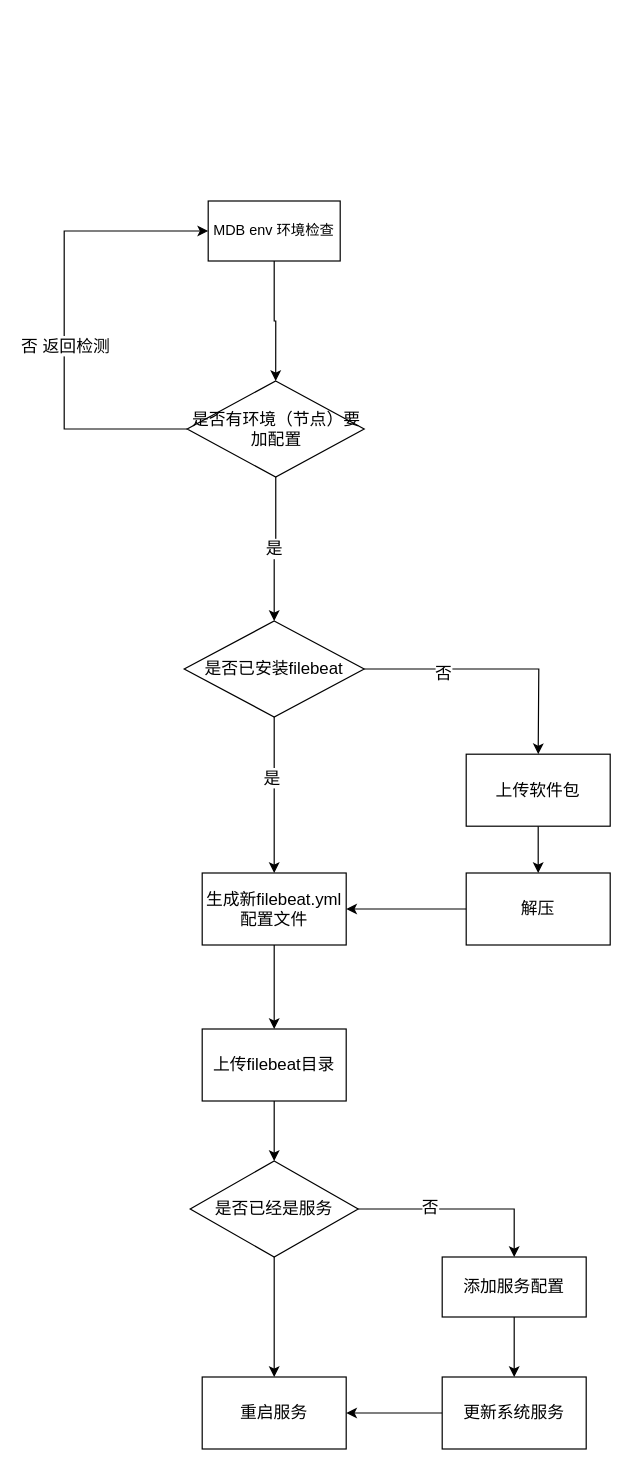
Before: Untitled Diagram.drawio in Amor7527/hello-algorithm, a draw.io diagram. Source tidied: cells renumbered, new cells numbered last; positions are measured from the earlier drawing's top-left corner, leaving out a move shared by most shapes. Both pictures are drawn from the tidied source at 120%, with x=0, y=0 at pixel (64, 200).
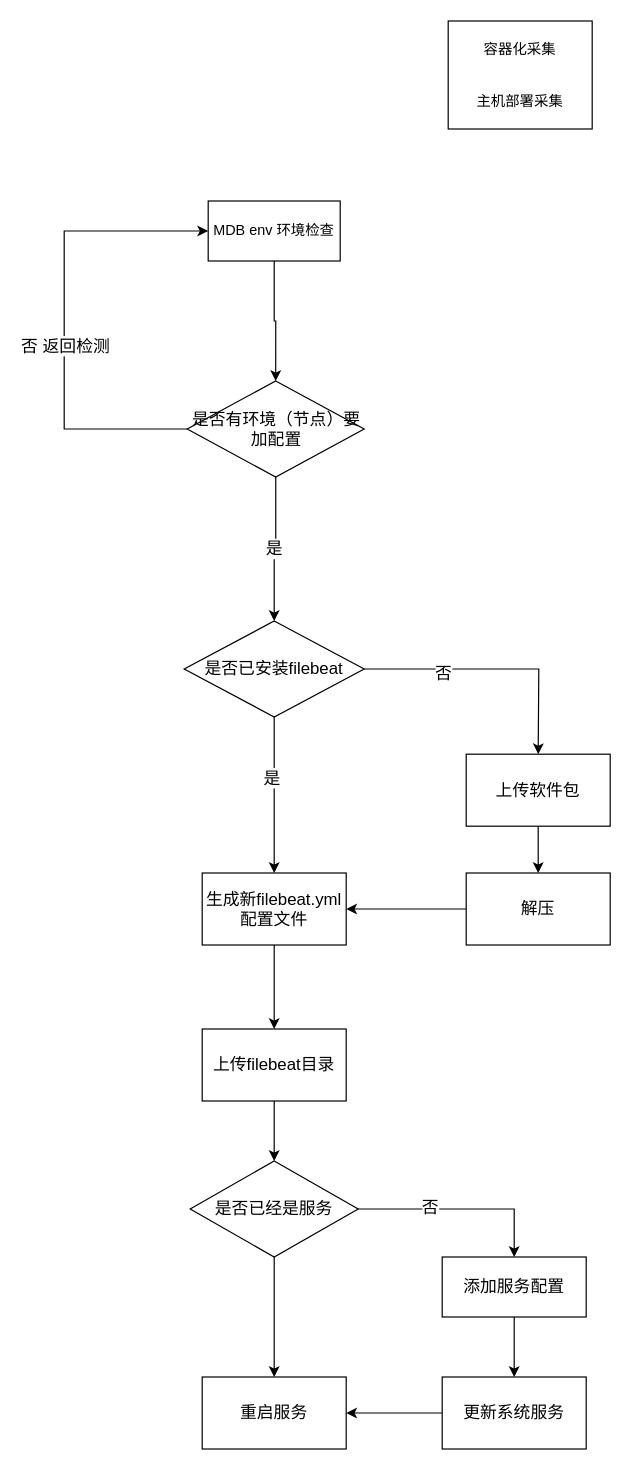
Above is the later version.

Diff of the diagram source:
```diff
@@
+    <mxCell id="30" value="容器化采集&lt;br&gt;&lt;br&gt;&lt;br&gt;主机部署采集&lt;br&gt;" style="whiteSpace=wrap;html=1;" parent="1" vertex="1">
+      <mxGeometry x="320" y="-150" width="120" height="90" as="geometry" />
+    </mxCell>
```
